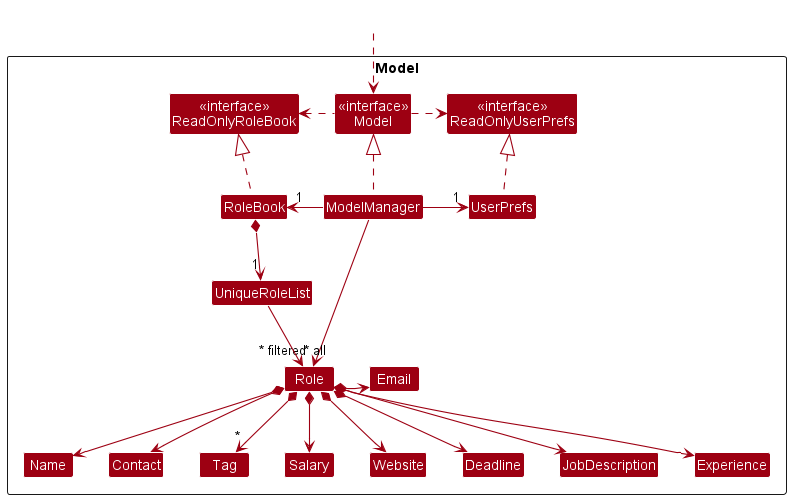
This is docs/images/ModelClassDiagram.png from nus-cs2103-AY2223S2/tp, a PlantUML export, as it was before one commit.
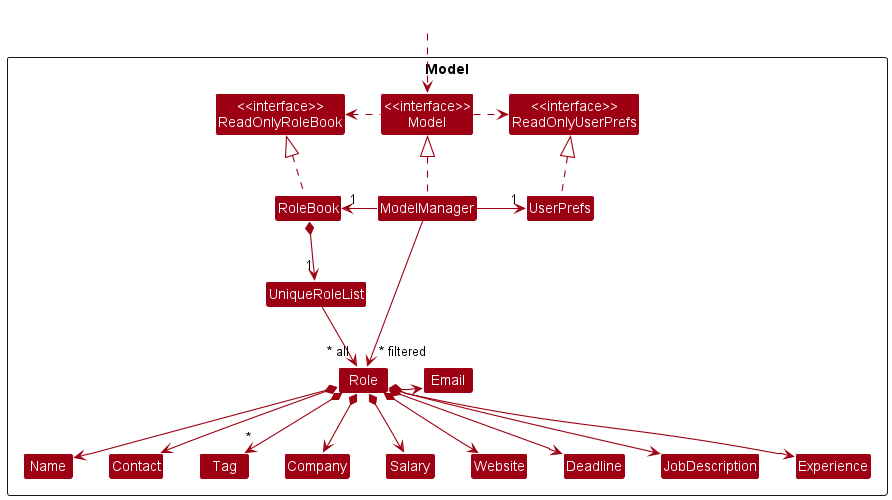
Later version of the same file.

Commit message:
Add Company field to model class diagrams

Diff of the diagram source:
```diff
@@ -18,7 +18,7 @@
 Class Name
 Class Contact
 Class Tag
-
+Class Company
 Class Salary
 Class Website
 Class Deadline
@@ -42,6 +42,7 @@
 
 Role *--> Name
 Role *--> Contact
+Role *--> Company
 Role *--> Email
 Role *--> "*" Tag
 Role *--> Salary
```
